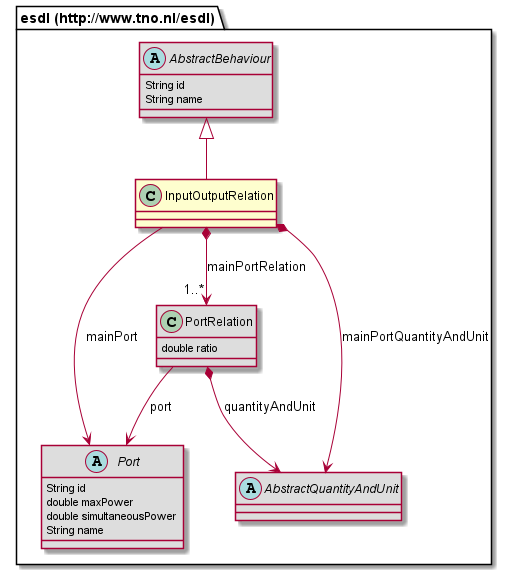
EnergyTransition/energytransition.github.io keeps this PlantUML diagram as 687474703a2f2f7777772e746e6f2e6e6c2f6573646c/InputOutputRelation.png. Above is the earlier version.
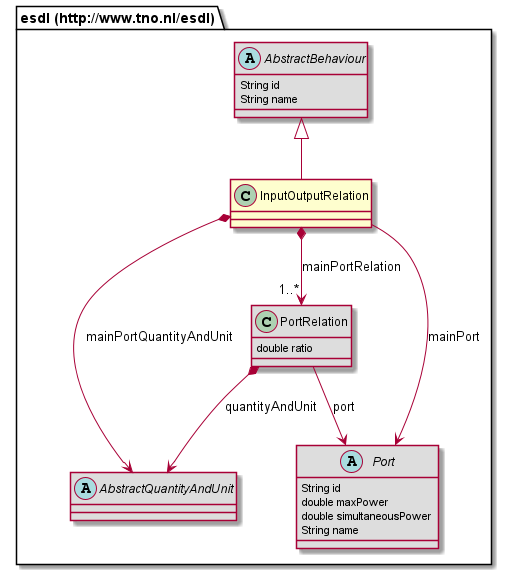
The same diagram one commit later.

The edit, as a diff of the source:
```diff
@@ -1,20 +1,20 @@
 @startuml
 class "esdl (http://www.tno.nl/esdl).InputOutputRelation" [[#router/doc-content/687474703a2f2f7777772e746e6f2e6e6c2f6573646c/InputOutputRelation.html{Describes the relation between one of the ports of an asset (the mainPort) and all other ports using a specific ratio. }]] {
+}
+abstract class "esdl (http://www.tno.nl/esdl).AbstractBehaviour" [[#router/doc-content/687474703a2f2f7777772e746e6f2e6e6c2f6573646c/AbstractBehaviour.html{Abstract class for specification of the (dynamic) behaviour of an asset}]] #DDDDDD {
+	String id
+	String name
+}
+class "esdl (http://www.tno.nl/esdl).PortRelation" [[#router/doc-content/687474703a2f2f7777772e746e6f2e6e6c2f6573646c/PortRelation.html{Specifies the relation between a port and the main port using a specific ratio.}]] #DDDDDD {
+	double ratio
+}
+abstract class "esdl (http://www.tno.nl/esdl).AbstractQuantityAndUnit" [[#router/doc-content/687474703a2f2f7777772e746e6f2e6e6c2f6573646c/AbstractQuantityAndUnit.html{Abstract class to describe QuantityAndUnitTypes or references to these}]] #DDDDDD {
 }
 abstract class "esdl (http://www.tno.nl/esdl).Port" [[#router/doc-content/687474703a2f2f7777772e746e6f2e6e6c2f6573646c/Port.html{Ports allow connections between EnergyAssets. }]] #DDDDDD {
 	String id
 	double maxPower
 	double simultaneousPower
 	String name
-}
-class "esdl (http://www.tno.nl/esdl).PortRelation" [[#router/doc-content/687474703a2f2f7777772e746e6f2e6e6c2f6573646c/PortRelation.html{Specifies the relation between a port and the main port using a specific ratio.}]] #DDDDDD {
-	double ratio
-}
-abstract class "esdl (http://www.tno.nl/esdl).AbstractBehaviour" [[#router/doc-content/687474703a2f2f7777772e746e6f2e6e6c2f6573646c/AbstractBehaviour.html{Abstract class for specification of the (dynamic) behaviour of an asset}]] #DDDDDD {
-	String id
-	String name
-}
-abstract class "esdl (http://www.tno.nl/esdl).AbstractQuantityAndUnit" [[#router/doc-content/687474703a2f2f7777772e746e6f2e6e6c2f6573646c/AbstractQuantityAndUnit.html{Abstract class to describe QuantityAndUnitTypes or references to these}]] #DDDDDD {
 }
 "esdl (http://www.tno.nl/esdl).AbstractBehaviour" <|-- "esdl (http://www.tno.nl/esdl).InputOutputRelation"
 "esdl (http://www.tno.nl/esdl).PortRelation" --> "esdl (http://www.tno.nl/esdl).Port" : port
```
